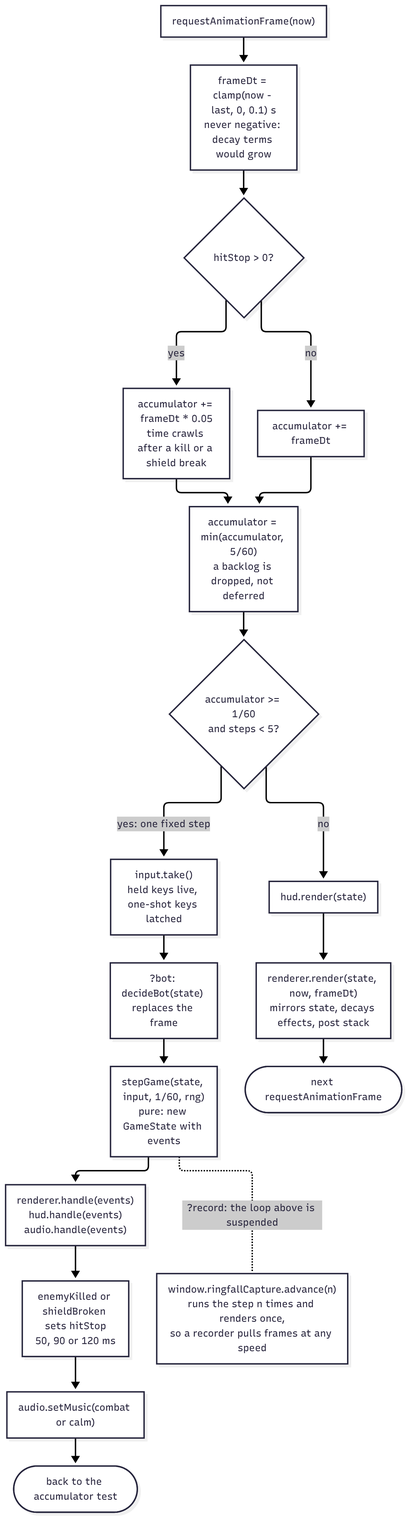
This is docs/architecture/render/frame.png from agh/ringfall, a Mermaid export, as it was before one commit. Its source is kept beside it as docs/architecture/diagrams/frame.mmd.
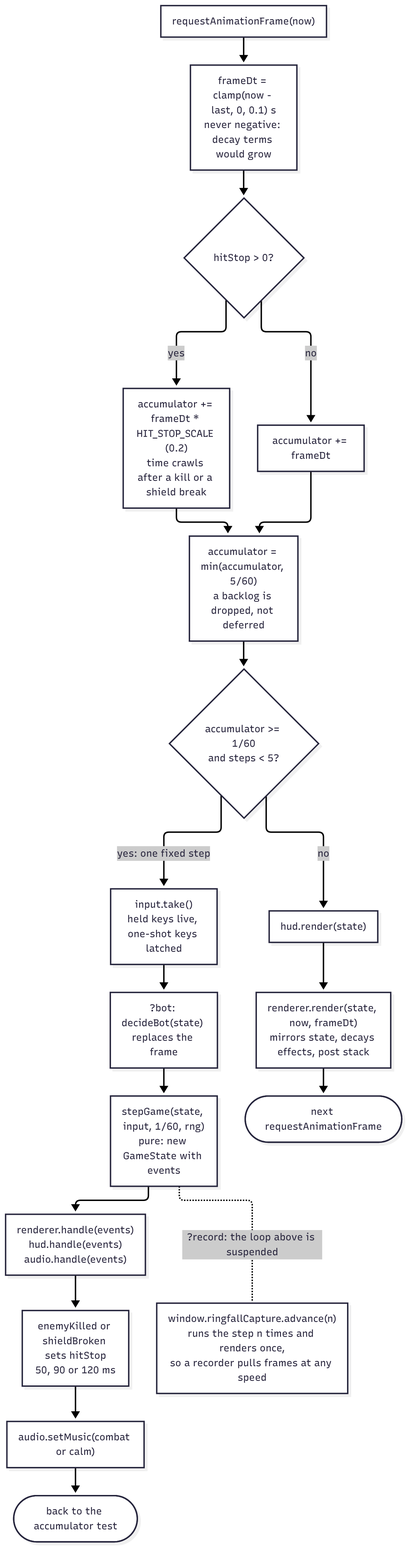
After the commit.

Commit message:
docs(architecture): regenerate after the UX review and the Pages jobs moved into ci.yml

What changed in the source:
```diff
@@ -3,7 +3,7 @@
   raf["requestAnimationFrame(now)"]
   dt["frameDt = clamp(now - last, 0, 0.1) s<br/>never negative: decay terms would grow"]
   hitstop{"hitStop > 0?"}
-  slow["accumulator += frameDt * 0.05<br/>time crawls after a kill or a shield break"]
+  slow["accumulator += frameDt * HIT_STOP_SCALE (0.2)<br/>time crawls after a kill or a shield break"]
   full["accumulator += frameDt"]
   cap["accumulator = min(accumulator, 5/60)<br/>a backlog is dropped, not deferred"]
   loop{"accumulator >= 1/60<br/>and steps < 5?"}
```
